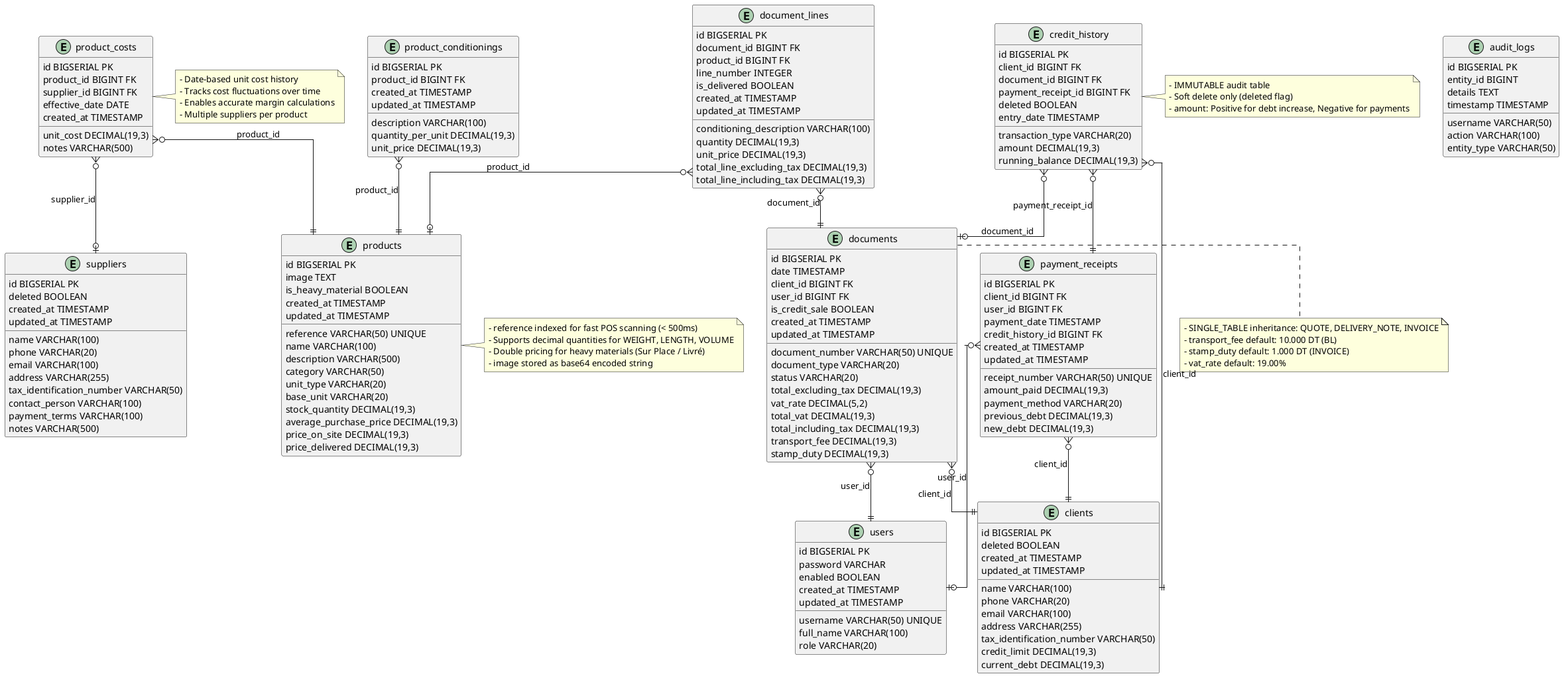
mAmineChniti/hardware_store keeps this PlantUML diagram as docs/images/Hardware-Store-Database-Schema.png. Above is the earlier version.
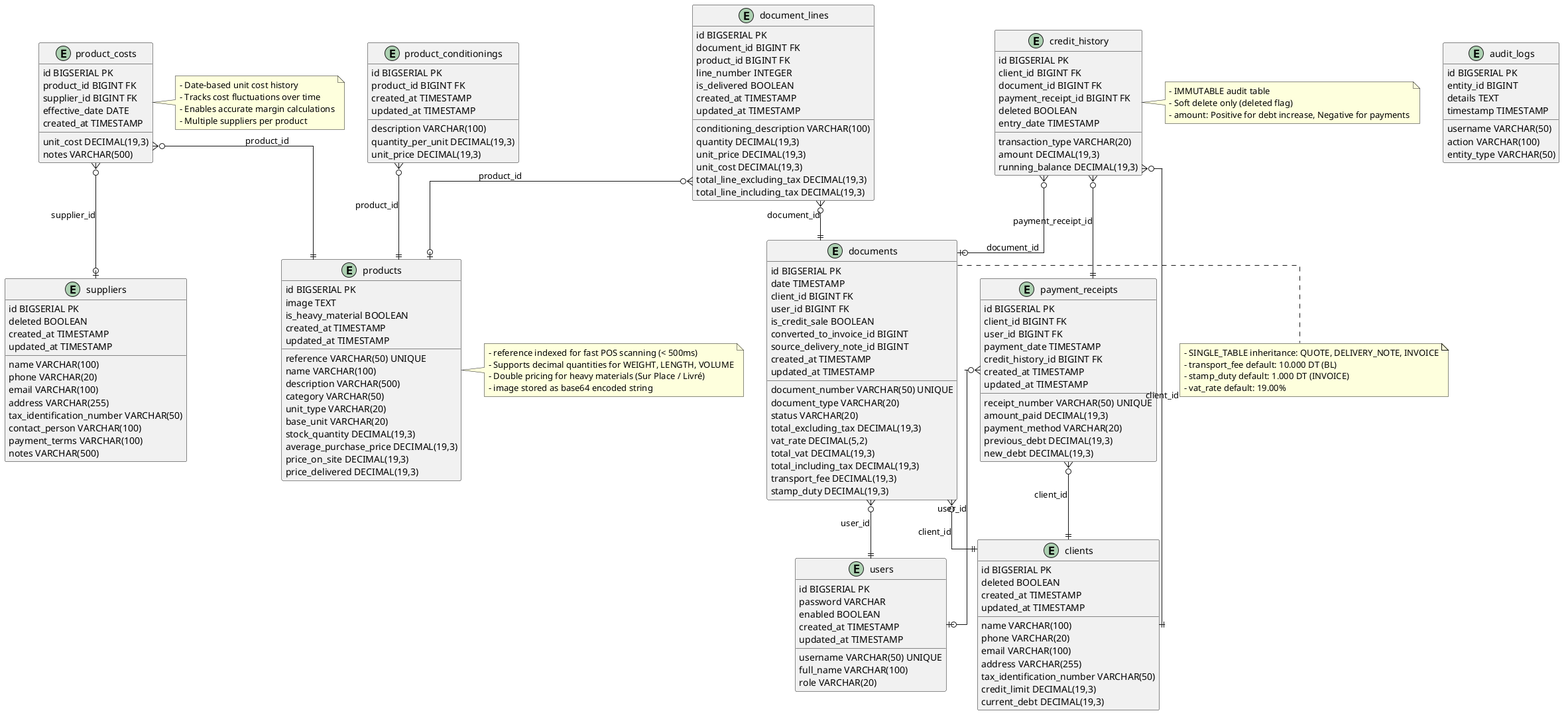
The same diagram one commit later.

Diff of the diagram source:
```diff
@@ -100,6 +100,8 @@
   transport_fee DECIMAL(19,3)
   stamp_duty DECIMAL(19,3)
   is_credit_sale BOOLEAN
+  converted_to_invoice_id BIGINT
+  source_delivery_note_id BIGINT
   created_at TIMESTAMP
   updated_at TIMESTAMP
 }
@@ -112,6 +114,7 @@
   conditioning_description VARCHAR(100)
   quantity DECIMAL(19,3)
   unit_price DECIMAL(19,3)
+  unit_cost DECIMAL(19,3)
   total_line_excluding_tax DECIMAL(19,3)
   total_line_including_tax DECIMAL(19,3)
   is_delivered BOOLEAN
```
